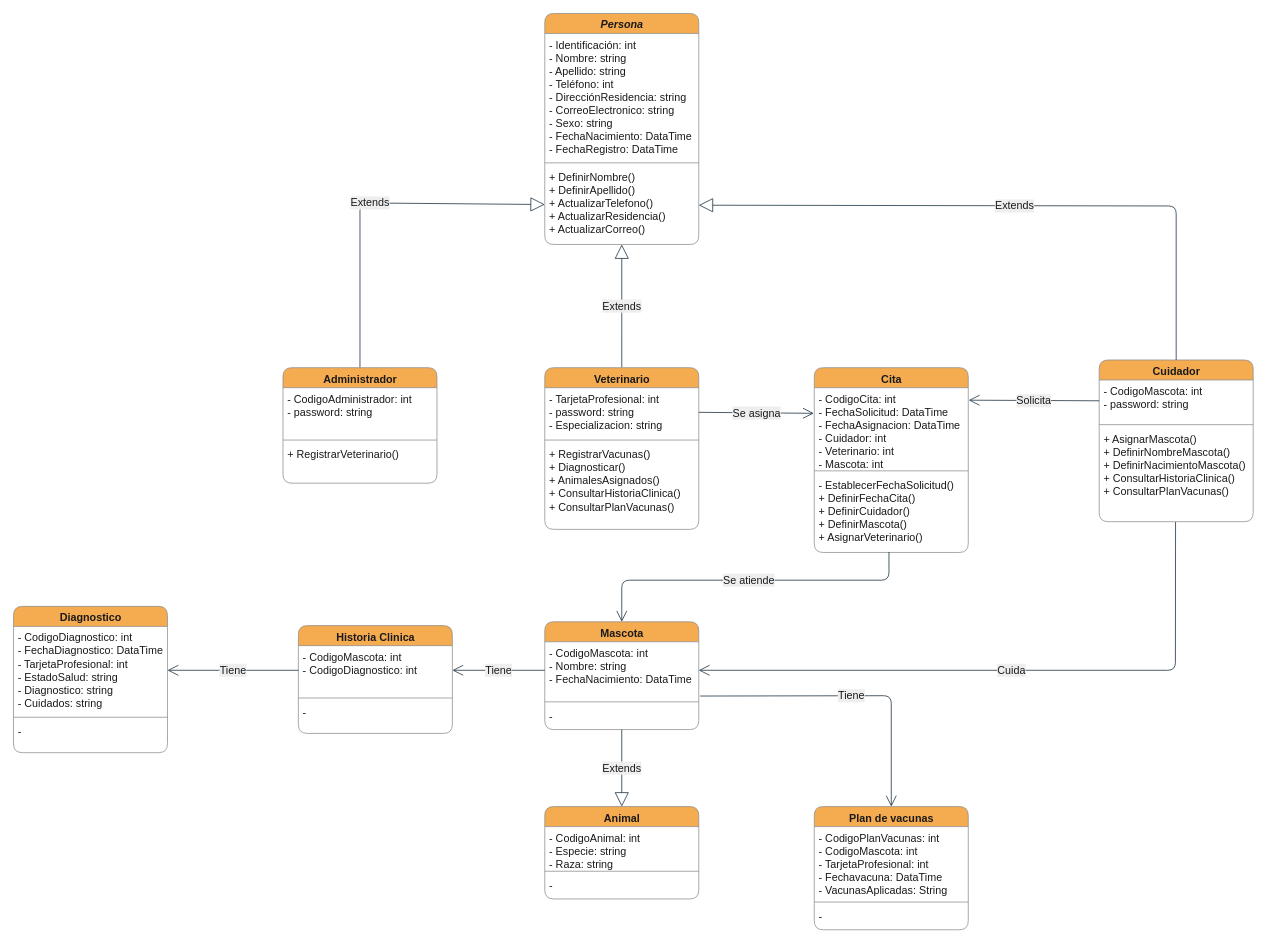
Before: page "Diagrama de clases" (1 of 3) of Diagramas.drawio in juandabi/teleVeterinaria, a draw.io diagram. Source tidied: cells renumbered, new cells numbered last; positions are measured from the earlier drawing's top-left corner, leaving out a move shared by most shapes. Both pictures are drawn from the tidied source at 77%, with x=0, y=0 at pixel (13, 13).
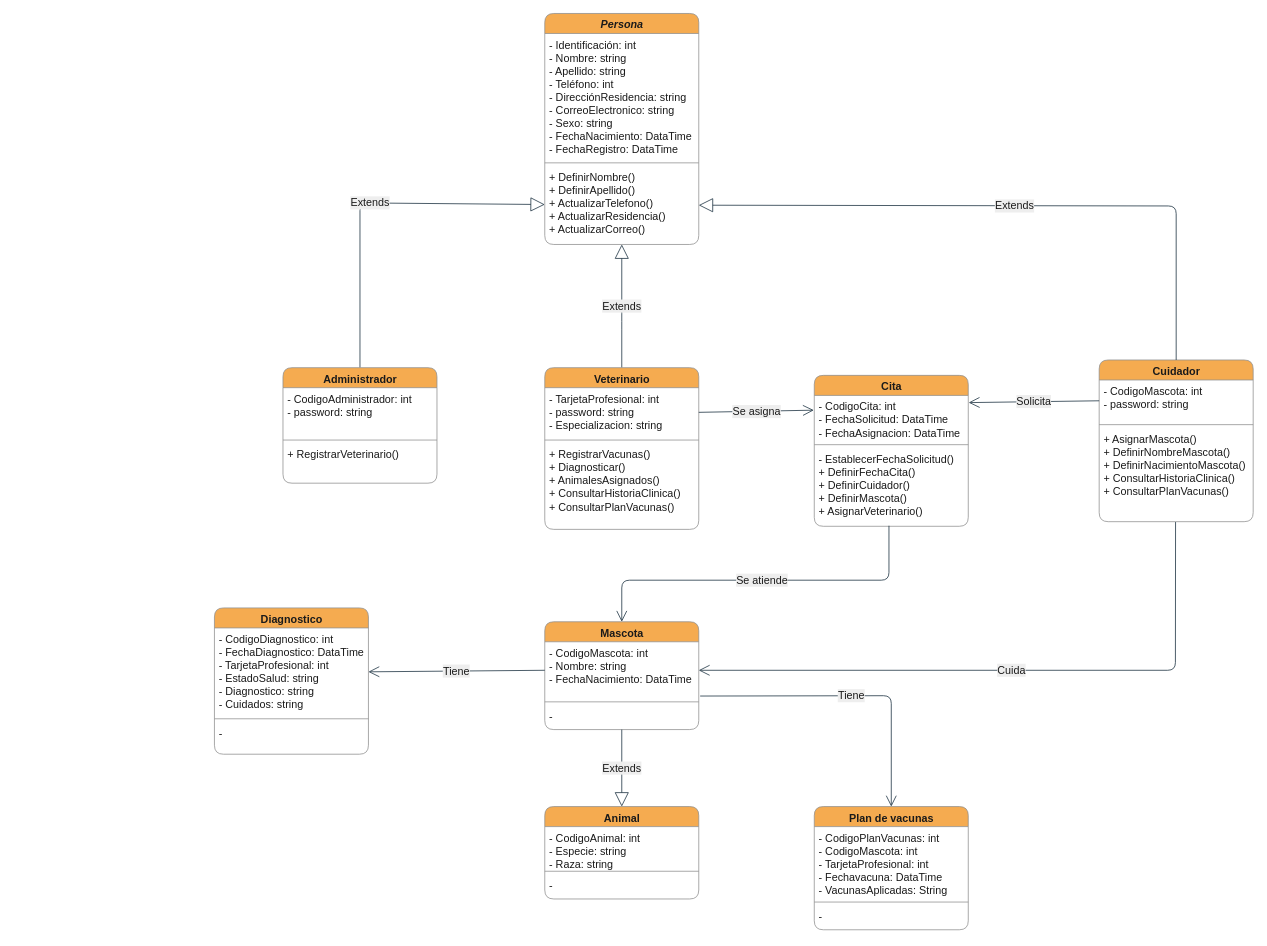
The same diagram, later.

Commit message (it also covers changes not shown here):
Elimino historia clinica del diagrama

Unchanged cells that the change refers to:
```xml
<mxCell id="25" value="- CodigoMascota: int&#10;- Nombre: string&#10;- FechaNacimiento: DataTime" style="text;strokeColor=none;fillColor=none;align=left;verticalAlign=top;spacingLeft=4;spacingRight=4;overflow=hidden;points=[[0,0.5],[1,0.5]];portConstraint=eastwest;fontSize=14;rounded=1;fontColor=#1A1A1A;" parent="24" vertex="1">
  <mxGeometry y="26" width="200" height="74" as="geometry" />
</mxCell>
<mxCell id="42" value="- CodigoDiagnostico: int&#10;- FechaDiagnostico: DataTime&#10;- TarjetaProfesional: int&#10;- EstadoSalud: string&#10;- Diagnostico: string&#10;- Cuidados: string" style="text;strokeColor=none;fillColor=none;align=left;verticalAlign=top;spacingLeft=4;spacingRight=4;overflow=hidden;points=[[0,0.5],[1,0.5]];portConstraint=eastwest;fontSize=14;rounded=1;fontColor=#1A1A1A;" parent="41" vertex="1">
  <mxGeometry y="26" width="200" height="114" as="geometry" />
</mxCell>
```

Change to the diagram source:
```diff
@@
     <mxCell id="8" value="Cita" style="swimlane;fontStyle=1;align=center;verticalAlign=top;horizontal=1;startSize=26;fontSize=14;html=1;rounded=1;fillColor=#F5AB50;strokeColor=#909090;fontColor=#1A1A1A;" parent="1" vertex="1">
-      <mxGeometry x="1040" y="460" width="200" height="240" as="geometry" />
+      <mxGeometry x="1040" y="470" width="200" height="196" as="geometry" />
     </mxCell>
-    <mxCell id="9" value="- CodigoCita: int&#10;- FechaSolicitud: DataTime&#10;- FechaAsignacion: DataTime&#10;- Cuidador: int&#10;- Veterinario: int&#10;- Mascota: int" style="text;strokeColor=none;fillColor=none;align=left;verticalAlign=top;spacingLeft=4;spacingRight=4;overflow=hidden;points=[[0,0.5],[1,0.5]];portConstraint=eastwest;fontSize=14;rounded=1;fontColor=#1A1A1A;" parent="8" vertex="1">
-      <mxGeometry y="26" width="200" height="104" as="geometry" />
+    <mxCell id="9" value="- CodigoCita: int&#10;- FechaSolicitud: DataTime&#10;- FechaAsignacion: DataTime" style="text;strokeColor=none;fillColor=none;align=left;verticalAlign=top;spacingLeft=4;spacingRight=4;overflow=hidden;points=[[0,0.5],[1,0.5]];portConstraint=eastwest;fontSize=14;rounded=1;fontColor=#1A1A1A;" parent="8" vertex="1">
+      <mxGeometry y="26" width="200" height="60" as="geometry" />
     </mxCell>
     <mxCell id="10" style="line;strokeWidth=1;fillColor=none;align=left;verticalAlign=middle;spacingTop=-1;spacingLeft=3;spacingRight=3;labelPosition=right;rounded=1;strokeColor=#909090;fontColor=#1A1A1A;labelBackgroundColor=#EEEEEE;" parent="8" vertex="1">
-      <mxGeometry y="130" width="200" height="8" as="geometry" />
+      <mxGeometry y="86" width="200" height="8" as="geometry" />
     </mxCell>
     <mxCell id="11" value="- EstablecerFechaSolicitud()&#10;+ DefinirFechaCita()&#10;+ DefinirCuidador()&#10;+ DefinirMascota()&#10;+ AsignarVeterinario()&#10;" style="text;strokeColor=none;fillColor=none;align=left;verticalAlign=top;spacingLeft=4;spacingRight=4;overflow=hidden;points=[[0,0.5],[1,0.5]];portConstraint=eastwest;fontSize=14;rounded=1;fontColor=#1A1A1A;" parent="8" vertex="1">
-      <mxGeometry y="138" width="200" height="102" as="geometry" />
+      <mxGeometry y="94" width="200" height="102" as="geometry" />
     </mxCell>
@@
-    <mxCell id="37" value="Historia Clinica" style="swimlane;fontStyle=1;align=center;verticalAlign=top;horizontal=1;startSize=26;fontSize=14;html=1;rounded=1;fillColor=#F5AB50;strokeColor=#909090;fontColor=#1A1A1A;" parent="1" vertex="1">
-      <mxGeometry x="370" y="795" width="200" height="140" as="geometry" />
-    </mxCell>
-    <mxCell id="38" value="- CodigoMascota: int&#10;- CodigoDiagnostico: int" style="text;strokeColor=none;fillColor=none;align=left;verticalAlign=top;spacingLeft=4;spacingRight=4;overflow=hidden;points=[[0,0.5],[1,0.5]];portConstraint=eastwest;fontSize=14;rounded=1;fontColor=#1A1A1A;" parent="37" vertex="1">
-      <mxGeometry y="26" width="200" height="64" as="geometry" />
-    </mxCell>
-    <mxCell id="39" style="line;strokeWidth=1;fillColor=none;align=left;verticalAlign=middle;spacingTop=-1;spacingLeft=3;spacingRight=3;labelPosition=right;rounded=1;strokeColor=#909090;fontColor=#1A1A1A;labelBackgroundColor=#EEEEEE;" parent="37" vertex="1">
-      <mxGeometry y="90" width="200" height="8" as="geometry" />
-    </mxCell>
-    <mxCell id="40" value="-" style="text;strokeColor=none;fillColor=none;align=left;verticalAlign=top;spacingLeft=4;spacingRight=4;overflow=hidden;fontSize=14;rounded=1;fontColor=#1A1A1A;" parent="37" vertex="1">
-      <mxGeometry y="98" width="200" height="42" as="geometry" />
-    </mxCell>
     <mxCell id="41" value="Diagnostico" style="swimlane;fontStyle=1;align=center;verticalAlign=top;horizontal=1;startSize=26;fontSize=14;html=1;rounded=1;fillColor=#F5AB50;strokeColor=#909090;fontColor=#1A1A1A;" parent="1" vertex="1">
-      <mxGeometry y="770" width="200" height="190" as="geometry" />
+      <mxGeometry x="261" y="772" width="200" height="190" as="geometry" />
     </mxCell>
@@
-    <mxCell id="45" value="Tiene" style="endArrow=open;endFill=1;endSize=12;html=1;fontSize=14;entryX=1;entryY=0.5;entryDx=0;entryDy=0;exitX=0;exitY=0.5;exitDx=0;exitDy=0;strokeColor=#182E3E;fontColor=#1A1A1A;labelBackgroundColor=#EEEEEE;" parent="1" edge="1" source="25" target="38">
+    <mxCell id="45" value="Tiene" style="endArrow=open;endFill=1;endSize=12;html=1;fontSize=14;entryX=1;entryY=0.5;entryDx=0;entryDy=0;exitX=0;exitY=0.5;exitDx=0;exitDy=0;strokeColor=#182E3E;fontColor=#1A1A1A;labelBackgroundColor=#EEEEEE;" parent="1" edge="1" source="25" target="42">
       <mxGeometry relative="1" as="geometry" />
     </mxCell>
-    <mxCell id="46" value="Tiene" style="endArrow=open;endFill=1;endSize=12;html=1;fontSize=14;entryX=1;entryY=0.5;entryDx=0;entryDy=0;exitX=0;exitY=0.5;exitDx=0;exitDy=0;strokeColor=#182E3E;fontColor=#1A1A1A;labelBackgroundColor=#EEEEEE;" parent="1" edge="1" source="38" target="42">
-      <mxGeometry relative="1" as="geometry" />
-    </mxCell>
```
